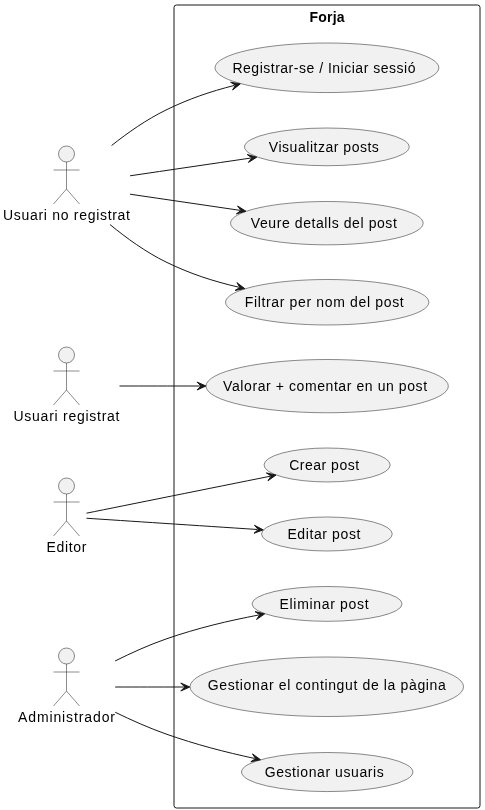
Before: docs/04_model-de-negoci.png, a diagram exported from PlantUML (agarcia-icv/projecte-final). Its source is kept beside it as docs/04_model-de-negoci.puml.
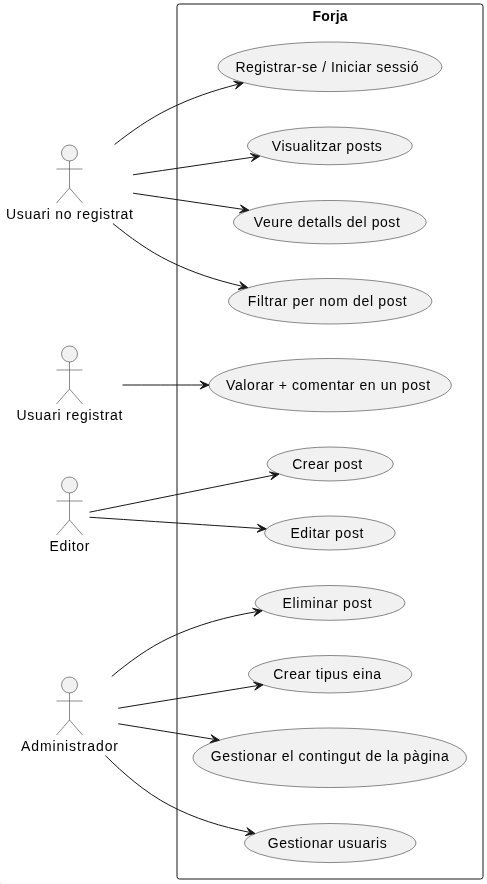
After the change.

Change to the diagram source:
```diff
@@ -15,6 +15,7 @@
   usecase "Crear post" as UC6
   usecase "Editar post" as UC7
   usecase "Eliminar post" as UC8
+  usecase "Crear tipus eina" as UC11
   usecase "Gestionar el contingut de la pàgina" as UC9
   usecase "Gestionar usuaris" as UC10
 }
@@ -32,5 +33,6 @@
 Administrador --> UC8
 Administrador --> UC9
 Administrador --> UC10
+Administrador --> UC11
 
 @enduml
```
